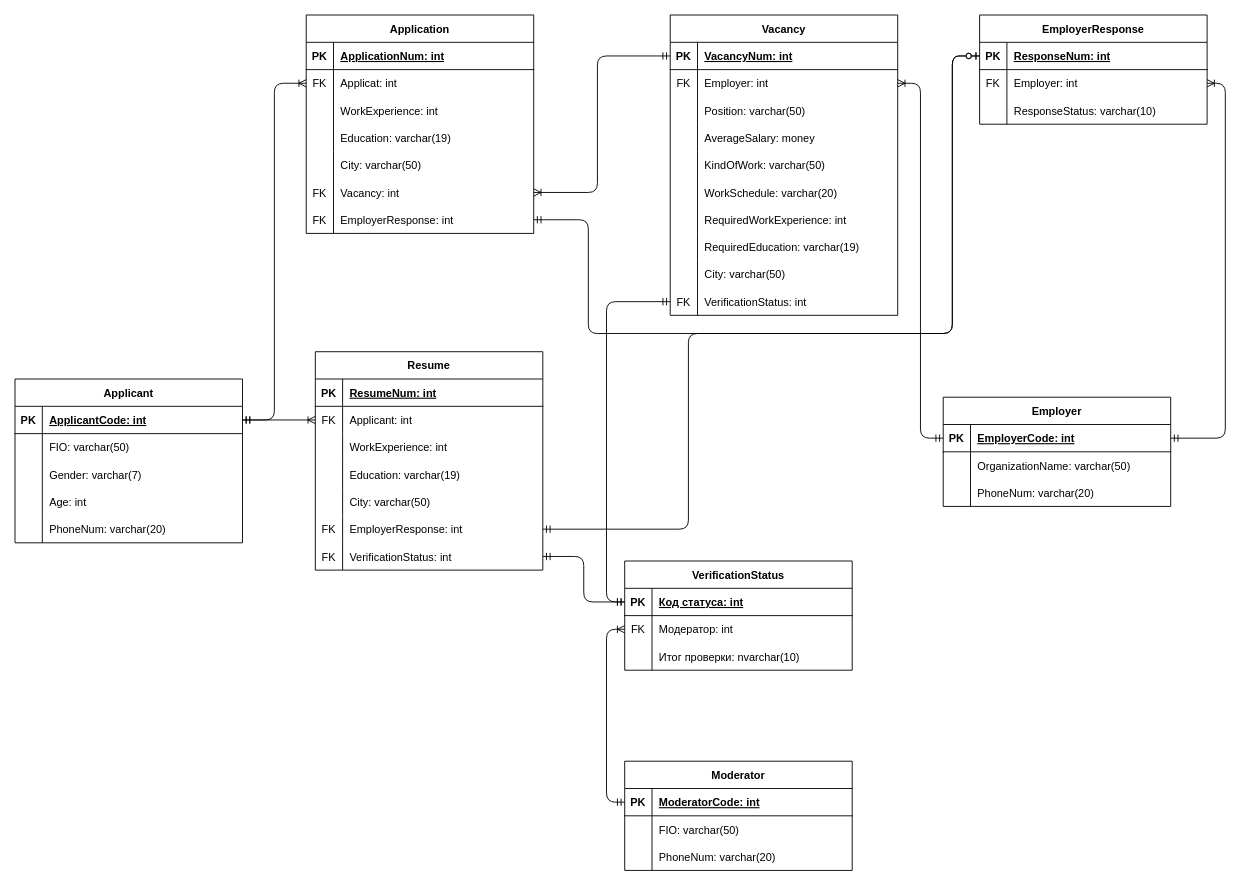
Before: Diagrams/Entity Relationship Diagram.drawio in FullOfDelirium/Employment-agency, a draw.io diagram. Source tidied: cells renumbered, new cells numbered last; positions are measured from the earlier drawing's top-left corner, leaving out a move shared by most shapes. Both pictures are drawn from the tidied source at 91%, with x=0, y=0 at pixel (15, 15).
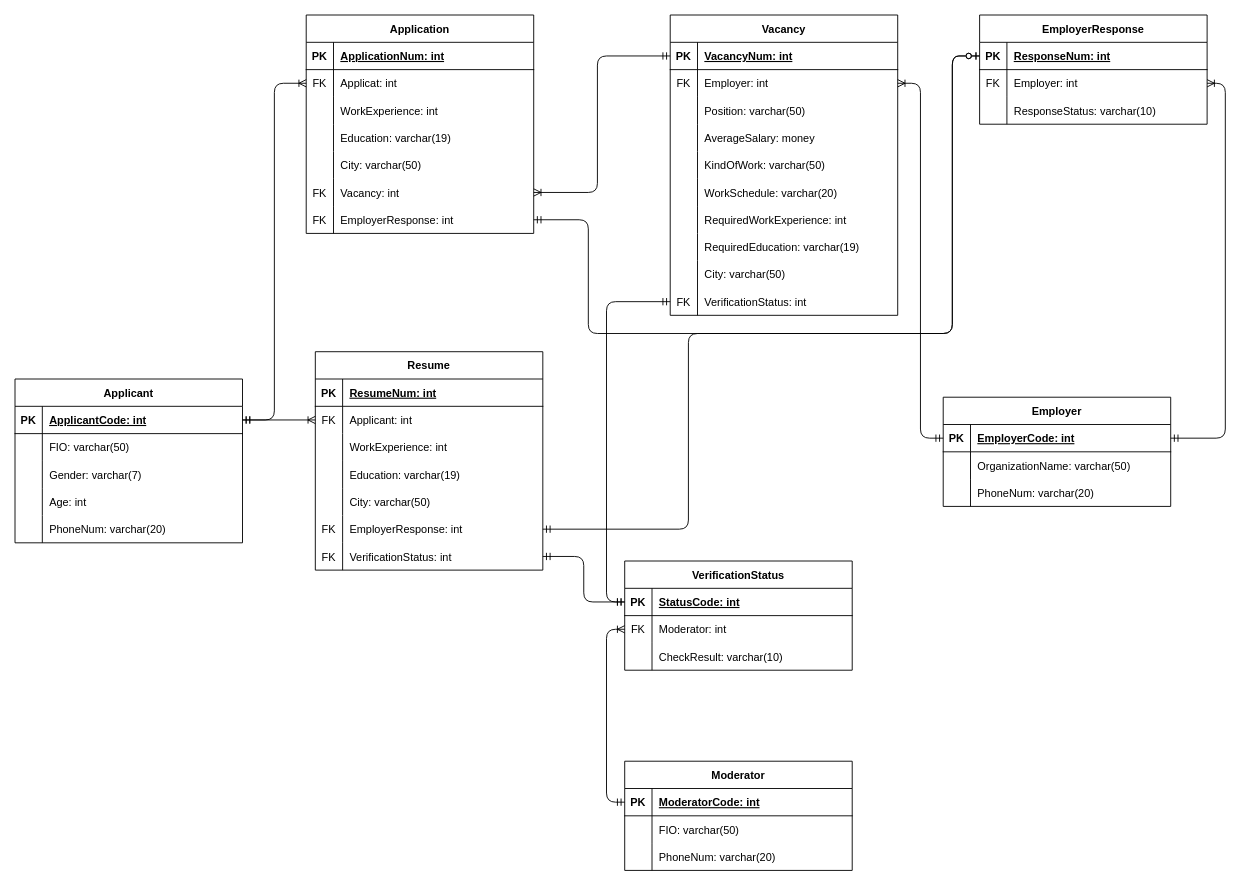
Above is the later version.

The change refers to these unchanged cells:
```xml
<mxCell id="129" style="shape=partialRectangle;fillColor=none;points=[[0,0.5],[1,0.5]];portConstraint=eastwest;top=0;left=0;right=0;bottom=1;" parent="128" vertex="1">
  <mxGeometry y="30" width="250" height="30" as="geometry" />
</mxCell>
<mxCell id="132" style="shape=partialRectangle;fillColor=none;points=[[0,0.5],[1,0.5]];portConstraint=eastwest;top=0;left=0;right=0;bottom=0;strokeColor=default;fontColor=default;" parent="128" vertex="1">
  <mxGeometry y="60" width="250" height="30" as="geometry" />
</mxCell>
<mxCell id="135" style="shape=partialRectangle;fillColor=none;top=0;left=0;right=0;bottom=0;" parent="128" vertex="1">
  <mxGeometry y="90" width="250" height="30" as="geometry" />
</mxCell>
```

The edit, as a diff of the source:
```diff
@@
-    <mxCell id="131" value="Код статуса: int" style="shape=partialRectangle;overflow=hidden;fillColor=none;top=0;left=0;bottom=0;right=0;align=left;spacingLeft=6;fontStyle=5;fontColor=default;" parent="129" vertex="1">
+    <mxCell id="131" value="StatusCode: int" style="shape=partialRectangle;overflow=hidden;fillColor=none;top=0;left=0;bottom=0;right=0;align=left;spacingLeft=6;fontStyle=5;fontColor=default;" parent="129" vertex="1">
       <mxGeometry x="30" width="220" height="30" as="geometry" />
     </mxCell>
@@
-    <mxCell id="134" value="Модератор: int" style="shape=partialRectangle;overflow=hidden;fillColor=none;top=0;left=0;bottom=0;right=0;align=left;spacingLeft=6;fontColor=default;" parent="132" vertex="1">
+    <mxCell id="134" value="Moderator: int" style="shape=partialRectangle;overflow=hidden;fillColor=none;top=0;left=0;bottom=0;right=0;align=left;spacingLeft=6;fontColor=default;" parent="132" vertex="1">
       <mxGeometry x="30" width="220" height="30" as="geometry" />
     </mxCell>
@@
-    <mxCell id="137" value="Итог проверки: nvarchar(10)" style="shape=partialRectangle;overflow=hidden;fillColor=none;top=0;left=0;bottom=0;right=0;align=left;spacingLeft=6;fontColor=default;" parent="135" vertex="1">
+    <mxCell id="137" value="CheckResult: varchar(10)" style="shape=partialRectangle;overflow=hidden;fillColor=none;top=0;left=0;bottom=0;right=0;align=left;spacingLeft=6;fontColor=default;" parent="135" vertex="1">
       <mxGeometry x="30" width="220" height="30" as="geometry" />
     </mxCell>
```
